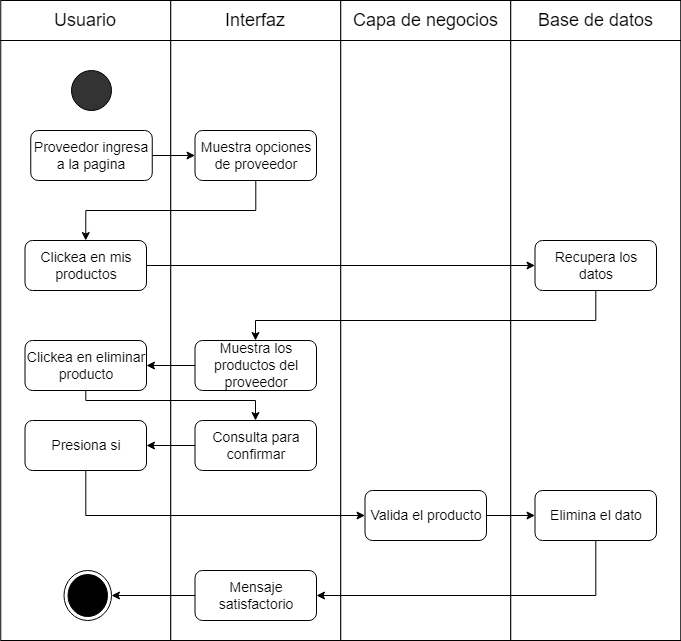
This is Fase 1/Evidencias Grupales/Diagramas/3) Diagrama de Actividad/39)Eliminar producto.drawio.png from SoyElMato1/Grupo4-GreenMarket, a draw.io export, as it was before one commit. Source tidied: cells renumbered, new cells last; positions are measured from the earlier drawing's top-left corner, leaving out a move shared by most shapes.
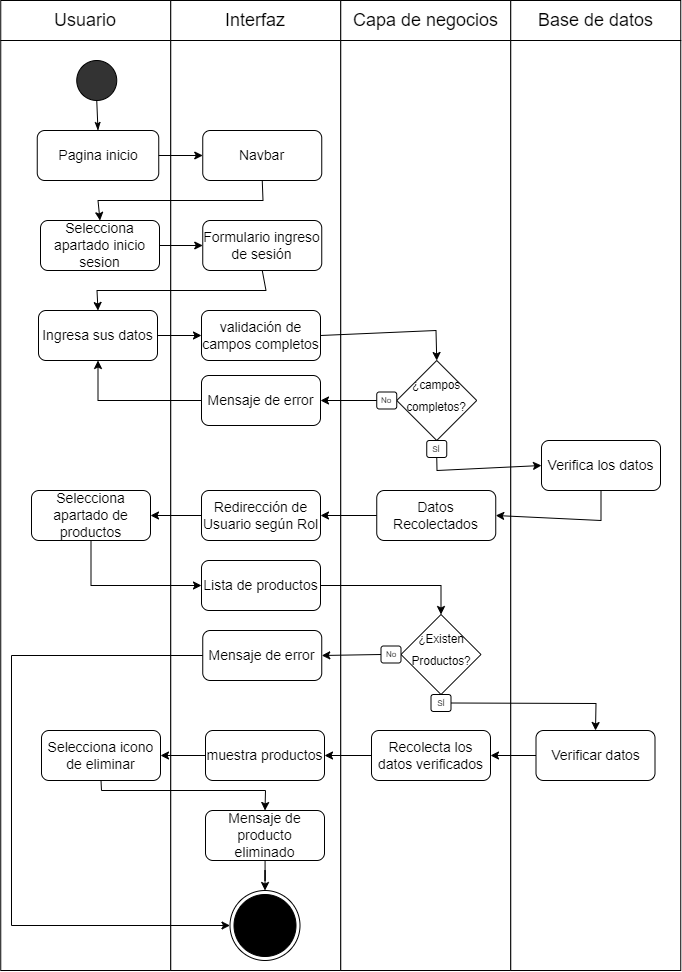
The same diagram one commit later.

The edit, as a diff of the source:
```diff
@@ -42,111 +42,217 @@
       <mxGeometry x="7.5" y="5" width="155" height="30" as="geometry" />
     </mxCell>
     <mxCell id="15" style="rounded=0;whiteSpace=wrap;html=1;" parent="1" vertex="1">
-      <mxGeometry x="0.2" y="40" width="170" height="600" as="geometry" />
+      <mxGeometry x="0.2" y="40" width="170" height="930" as="geometry" />
     </mxCell>
     <mxCell id="16" style="rounded=0;whiteSpace=wrap;html=1;" parent="1" vertex="1">
-      <mxGeometry x="170.2" y="40" width="170" height="600" as="geometry" />
+      <mxGeometry x="170.2" y="40" width="170" height="930" as="geometry" />
     </mxCell>
     <mxCell id="17" style="rounded=0;whiteSpace=wrap;html=1;" parent="1" vertex="1">
-      <mxGeometry x="340.2" y="40" width="170" height="600" as="geometry" />
+      <mxGeometry x="340.2" y="40" width="170" height="930" as="geometry" />
     </mxCell>
     <mxCell id="18" style="rounded=0;whiteSpace=wrap;html=1;" parent="1" vertex="1">
-      <mxGeometry x="510.2" y="40" width="170" height="600" as="geometry" />
+      <mxGeometry x="510.2" y="40" width="170" height="930" as="geometry" />
     </mxCell>
-    <mxCell id="19" style="ellipse;whiteSpace=wrap;html=1;fontSize=18;fillColor=#333333;" parent="1" vertex="1">
-      <mxGeometry x="71" y="70" width="40" height="40" as="geometry" />
-    </mxCell>
-    <mxCell id="20" style="edgeStyle=orthogonalEdgeStyle;rounded=0;jettySize=auto;html=1;entryX=1;entryY=0.5;entryDx=0;entryDy=0;" parent="1" edge="1" source="21" target="42">
-      <mxGeometry relative="1" as="geometry">
-        <Array as="points">
-          <mxPoint x="595" y="595" />
-        </Array>
-      </mxGeometry>
-    </mxCell>
-    <mxCell id="21" value="Elimina el dato" style="rounded=1;whiteSpace=wrap;html=1;fontSize=14;" parent="1" vertex="1">
-      <mxGeometry x="534.5" y="490" width="121.5" height="50" as="geometry" />
-    </mxCell>
-    <mxCell id="22" style="ellipse;html=1;shape=endState;fillColor=#000000;strokeColor=#000000;" parent="1" vertex="1">
-      <mxGeometry x="63.5" y="570" width="47.5" height="50" as="geometry" />
-    </mxCell>
-    <mxCell id="23" style="edgeStyle=orthogonalEdgeStyle;rounded=0;jettySize=auto;html=1;entryX=0.5;entryY=0;entryDx=0;entryDy=0;" parent="1" edge="1" source="24" target="30">
-      <mxGeometry relative="1" as="geometry">
-        <Array as="points">
-          <mxPoint x="255" y="210" />
-          <mxPoint x="85" y="210" />
-        </Array>
-      </mxGeometry>
-    </mxCell>
-    <mxCell id="24" value="Muestra opciones de proveedor" style="rounded=1;whiteSpace=wrap;html=1;fontSize=14;" parent="1" vertex="1">
-      <mxGeometry x="194.5" y="130" width="121.5" height="50" as="geometry" />
-    </mxCell>
-    <mxCell id="25" style="edgeStyle=orthogonalEdgeStyle;rounded=0;jettySize=auto;html=1;entryX=0;entryY=0.5;entryDx=0;entryDy=0;" parent="1" edge="1" source="26" target="24">
-      <mxGeometry relative="1" as="geometry" />
-    </mxCell>
-    <mxCell id="26" value="Proveedor ingresa a la pagina" style="rounded=1;whiteSpace=wrap;html=1;fontSize=14;" parent="1" vertex="1">
-      <mxGeometry x="30.2" y="130" width="121.5" height="50" as="geometry" />
-    </mxCell>
-    <mxCell id="27" style="edgeStyle=orthogonalEdgeStyle;rounded=0;jettySize=auto;html=1;entryX=1;entryY=0.5;entryDx=0;entryDy=0;" parent="1" edge="1" source="28" target="34">
-      <mxGeometry relative="1" as="geometry" />
-    </mxCell>
-    <mxCell id="28" value="Muestra los productos del proveedor" style="rounded=1;whiteSpace=wrap;html=1;fontSize=14;" parent="1" vertex="1">
-      <mxGeometry x="194.5" y="340" width="121.5" height="50" as="geometry" />
-    </mxCell>
-    <mxCell id="29" style="edgeStyle=orthogonalEdgeStyle;rounded=0;jettySize=auto;html=1;entryX=0;entryY=0.5;entryDx=0;entryDy=0;" parent="1" edge="1" source="30" target="32">
-      <mxGeometry relative="1" as="geometry" />
-    </mxCell>
-    <mxCell id="30" value="Clickea en mis productos" style="rounded=1;whiteSpace=wrap;html=1;fontSize=14;" parent="1" vertex="1">
-      <mxGeometry x="24.5" y="240" width="121.5" height="50" as="geometry" />
-    </mxCell>
-    <mxCell id="31" style="edgeStyle=orthogonalEdgeStyle;rounded=0;jettySize=auto;html=1;" parent="1" edge="1" source="32" target="28">
-      <mxGeometry relative="1" as="geometry">
-        <Array as="points">
-          <mxPoint x="595" y="320" />
-          <mxPoint x="255" y="320" />
-        </Array>
-      </mxGeometry>
-    </mxCell>
-    <mxCell id="32" value="Recupera los datos" style="rounded=1;whiteSpace=wrap;html=1;fontSize=14;" parent="1" vertex="1">
-      <mxGeometry x="534.5" y="240" width="121.5" height="50" as="geometry" />
-    </mxCell>
-    <mxCell id="33" style="edgeStyle=orthogonalEdgeStyle;rounded=0;jettySize=auto;html=1;" parent="1" edge="1" source="34" target="36">
-      <mxGeometry relative="1" as="geometry">
-        <Array as="points">
-          <mxPoint x="85" y="400" />
-          <mxPoint x="255" y="400" />
-        </Array>
-      </mxGeometry>
-    </mxCell>
-    <mxCell id="34" value="Clickea en eliminar producto" style="rounded=1;whiteSpace=wrap;html=1;fontSize=14;" parent="1" vertex="1">
-      <mxGeometry x="24.5" y="340" width="121.5" height="50" as="geometry" />
-    </mxCell>
-    <mxCell id="35" style="edgeStyle=orthogonalEdgeStyle;rounded=0;jettySize=auto;html=1;entryX=1;entryY=0.5;entryDx=0;entryDy=0;" parent="1" edge="1" source="36" target="38">
-      <mxGeometry relative="1" as="geometry" />
-    </mxCell>
-    <mxCell id="36" value="Consulta para confirmar" style="rounded=1;whiteSpace=wrap;html=1;fontSize=14;" parent="1" vertex="1">
-      <mxGeometry x="194.5" y="420" width="121.5" height="50" as="geometry" />
-    </mxCell>
-    <mxCell id="37" style="edgeStyle=orthogonalEdgeStyle;rounded=0;jettySize=auto;html=1;entryX=0;entryY=0.5;entryDx=0;entryDy=0;" parent="1" edge="1" source="38" target="40">
-      <mxGeometry relative="1" as="geometry">
-        <Array as="points">
-          <mxPoint x="85" y="515" />
-        </Array>
-      </mxGeometry>
-    </mxCell>
-    <mxCell id="38" value="Presiona si" style="rounded=1;whiteSpace=wrap;html=1;fontSize=14;" parent="1" vertex="1">
-      <mxGeometry x="24.5" y="420" width="121.5" height="50" as="geometry" />
-    </mxCell>
-    <mxCell id="39" style="edgeStyle=orthogonalEdgeStyle;rounded=0;jettySize=auto;html=1;entryX=0;entryY=0.5;entryDx=0;entryDy=0;" parent="1" edge="1" source="40" target="21">
-      <mxGeometry relative="1" as="geometry" />
-    </mxCell>
-    <mxCell id="40" value="Valida el producto" style="rounded=1;whiteSpace=wrap;html=1;fontSize=14;" parent="1" vertex="1">
-      <mxGeometry x="364.5" y="490" width="121.5" height="50" as="geometry" />
-    </mxCell>
-    <mxCell id="41" style="edgeStyle=orthogonalEdgeStyle;rounded=0;jettySize=auto;html=1;entryX=1;entryY=0.5;entryDx=0;entryDy=0;" parent="1" edge="1" source="42" target="22">
-      <mxGeometry relative="1" as="geometry" />
-    </mxCell>
-    <mxCell id="42" value="Mensaje satisfactorio" style="rounded=1;whiteSpace=wrap;html=1;fontSize=14;" parent="1" vertex="1">
-      <mxGeometry x="194.5" y="570" width="121.5" height="50" as="geometry" />
-    </mxCell>
+    <mxCell id="43" style="ellipse;whiteSpace=wrap;html=1;fontSize=18;fillColor=#333333;" parent="1" vertex="1">
+      <mxGeometry x="76.2" y="60" width="40" height="40" as="geometry" />
+    </mxCell>
+    <mxCell id="44" style="endArrow=none;html=1;rounded=0;fontSize=18;entryX=0.5;entryY=1;entryDx=0;entryDy=0;exitX=0.5;exitY=0;exitDx=0;exitDy=0;startArrow=classicThin;startFill=1;" parent="1" edge="1" source="66" target="43">
+      <mxGeometry relative="1" as="geometry" />
+    </mxCell>
+    <mxCell id="45" value="Formulario ingreso de sesión" style="rounded=1;whiteSpace=wrap;html=1;fontSize=14;" parent="1" vertex="1">
+      <mxGeometry x="202.2" y="220" width="119" height="50" as="geometry" />
+    </mxCell>
+    <mxCell id="46" style="group;" parent="1" vertex="1">
+      <mxGeometry x="376.2" y="360" width="100" height="97" as="geometry" />
+    </mxCell>
+    <mxCell id="47" value="&lt;font style=&quot;line-height: 0; font-size: 14px;&quot;&gt;&lt;sup style=&quot;&quot;&gt;¿campos completos?&lt;/sup&gt;&lt;/font&gt;" style="rhombus;whiteSpace=wrap;html=1;fontSize=18;fillColor=#FFFFFF;align=center;" parent="46" vertex="1">
+      <mxGeometry x="20" width="80" height="80" as="geometry" />
+    </mxCell>
+    <mxCell id="48" value="No" style="rounded=1;whiteSpace=wrap;html=1;fontSize=8;fillColor=#FFFFFF;" parent="46" vertex="1">
+      <mxGeometry y="31.5" width="20" height="17" as="geometry" />
+    </mxCell>
+    <mxCell id="49" value="SÍ" style="rounded=1;whiteSpace=wrap;html=1;fontSize=8;fillColor=#FFFFFF;" parent="46" vertex="1">
+      <mxGeometry x="50" y="80" width="20" height="17" as="geometry" />
+    </mxCell>
+    <mxCell id="50" value="Verifica los datos" style="rounded=1;whiteSpace=wrap;html=1;fontSize=14;" parent="1" vertex="1">
+      <mxGeometry x="541" y="440" width="119" height="50" as="geometry" />
+    </mxCell>
+    <mxCell id="51" value="Mensaje de error" style="rounded=1;whiteSpace=wrap;html=1;fontSize=14;" parent="1" vertex="1">
+      <mxGeometry x="201" y="375" width="119" height="50" as="geometry" />
+    </mxCell>
+    <mxCell id="52" style="endArrow=classic;html=1;rounded=0;entryX=1;entryY=0.5;entryDx=0;entryDy=0;exitX=0;exitY=0.5;exitDx=0;exitDy=0;" parent="1" edge="1" source="48" target="51">
+      <mxGeometry relative="1" as="geometry" />
+    </mxCell>
+    <mxCell id="53" value="Redirección de Usuario según Rol" style="rounded=1;whiteSpace=wrap;html=1;fontSize=14;" parent="1" vertex="1">
+      <mxGeometry x="201" y="490" width="119" height="50" as="geometry" />
+    </mxCell>
+    <mxCell id="54" value="Ingresa sus datos" style="rounded=1;whiteSpace=wrap;html=1;fontSize=14;" parent="1" vertex="1">
+      <mxGeometry x="38" y="310" width="119" height="50" as="geometry" />
+    </mxCell>
+    <mxCell id="55" style="endArrow=classic;html=1;rounded=0;exitX=0.5;exitY=1;exitDx=0;exitDy=0;entryX=0.5;entryY=0;entryDx=0;entryDy=0;" parent="1" edge="1" source="45" target="54">
+      <mxGeometry relative="1" as="geometry">
+        <Array as="points">
+          <mxPoint x="265.5" y="290" />
+          <mxPoint x="96.5" y="290" />
+        </Array>
+      </mxGeometry>
+    </mxCell>
+    <mxCell id="56" value="validación de campos completos" style="rounded=1;whiteSpace=wrap;html=1;fontSize=14;" parent="1" vertex="1">
+      <mxGeometry x="201" y="310" width="119" height="50" as="geometry" />
+    </mxCell>
+    <mxCell id="57" style="endArrow=classic;html=1;rounded=0;exitX=1;exitY=0.5;exitDx=0;exitDy=0;entryX=0;entryY=0.5;entryDx=0;entryDy=0;" parent="1" edge="1" source="54" target="56">
+      <mxGeometry relative="1" as="geometry" />
+    </mxCell>
+    <mxCell id="58" style="endArrow=classic;html=1;rounded=0;exitX=1;exitY=0.5;exitDx=0;exitDy=0;entryX=0.5;entryY=0;entryDx=0;entryDy=0;" parent="1" edge="1" source="56" target="47">
+      <mxGeometry relative="1" as="geometry">
+        <Array as="points">
+          <mxPoint x="435.5" y="330" />
+        </Array>
+      </mxGeometry>
+    </mxCell>
+    <mxCell id="59" style="endArrow=classic;html=1;rounded=0;exitX=0;exitY=0.5;exitDx=0;exitDy=0;entryX=0.5;entryY=1;entryDx=0;entryDy=0;" parent="1" edge="1" source="51" target="54">
+      <mxGeometry relative="1" as="geometry">
+        <Array as="points">
+          <mxPoint x="97.5" y="400" />
+        </Array>
+      </mxGeometry>
+    </mxCell>
+    <mxCell id="60" value="Datos Recolectados" style="rounded=1;whiteSpace=wrap;html=1;fontSize=14;" parent="1" vertex="1">
+      <mxGeometry x="376.2" y="490" width="119" height="50" as="geometry" />
+    </mxCell>
+    <mxCell id="61" style="endArrow=classic;html=1;rounded=0;exitX=0.5;exitY=1;exitDx=0;exitDy=0;entryX=1;entryY=0.5;entryDx=0;entryDy=0;" parent="1" edge="1" source="50" target="60">
+      <mxGeometry relative="1" as="geometry">
+        <Array as="points">
+          <mxPoint x="600.5" y="520" />
+        </Array>
+      </mxGeometry>
+    </mxCell>
+    <mxCell id="62" style="endArrow=classic;html=1;rounded=0;exitX=0;exitY=0.5;exitDx=0;exitDy=0;entryX=1;entryY=0.5;entryDx=0;entryDy=0;" parent="1" edge="1" source="60" target="53">
+      <mxGeometry relative="1" as="geometry" />
+    </mxCell>
+    <mxCell id="63" style="endArrow=classic;html=1;rounded=0;exitX=0.5;exitY=1;exitDx=0;exitDy=0;entryX=0;entryY=0.5;entryDx=0;entryDy=0;" parent="1" edge="1" source="49" target="50">
+      <mxGeometry relative="1" as="geometry">
+        <Array as="points">
+          <mxPoint x="436.5" y="470" />
+        </Array>
+      </mxGeometry>
+    </mxCell>
+    <mxCell id="64" value="Selecciona apartado de productos" style="rounded=1;whiteSpace=wrap;html=1;fontSize=14;" parent="1" vertex="1">
+      <mxGeometry x="31" y="490" width="119" height="50" as="geometry" />
+    </mxCell>
+    <mxCell id="65" style="endArrow=classic;html=1;rounded=0;entryX=1;entryY=0.5;entryDx=0;entryDy=0;exitX=0;exitY=0.5;exitDx=0;exitDy=0;" parent="1" edge="1" source="53" target="64">
+      <mxGeometry relative="1" as="geometry" />
+    </mxCell>
+    <mxCell id="66" value="Pagina inicio" style="rounded=1;whiteSpace=wrap;html=1;fontSize=14;" parent="1" vertex="1">
+      <mxGeometry x="36.8" y="130" width="121.5" height="50" as="geometry" />
+    </mxCell>
+    <mxCell id="67" value="Selecciona apartado inicio sesion" style="rounded=1;whiteSpace=wrap;html=1;fontSize=14;" parent="1" vertex="1">
+      <mxGeometry x="40" y="220" width="119" height="50" as="geometry" />
+    </mxCell>
+    <mxCell id="68" value="Navbar" style="rounded=1;whiteSpace=wrap;html=1;fontSize=14;" parent="1" vertex="1">
+      <mxGeometry x="202.2" y="130" width="119" height="50" as="geometry" />
+    </mxCell>
+    <mxCell id="69" style="endArrow=classic;html=1;rounded=0;exitX=0.5;exitY=1;exitDx=0;exitDy=0;entryX=0.5;entryY=0;entryDx=0;entryDy=0;" parent="1" edge="1" source="68" target="67">
+      <mxGeometry relative="1" as="geometry">
+        <Array as="points">
+          <mxPoint x="262.5" y="200" />
+          <mxPoint x="97.5" y="200" />
+        </Array>
+      </mxGeometry>
+    </mxCell>
+    <mxCell id="70" style="endArrow=classic;html=1;rounded=0;exitX=1;exitY=0.5;exitDx=0;exitDy=0;entryX=0;entryY=0.5;entryDx=0;entryDy=0;" parent="1" edge="1" source="67" target="45">
+      <mxGeometry relative="1" as="geometry" />
+    </mxCell>
+    <mxCell id="71" style="endArrow=classic;html=1;rounded=0;exitX=1;exitY=0.5;exitDx=0;exitDy=0;entryX=0;entryY=0.5;entryDx=0;entryDy=0;" parent="1" edge="1" source="66" target="68">
+      <mxGeometry relative="1" as="geometry" />
+    </mxCell>
+    <mxCell id="72" value="muestra productos" style="rounded=1;whiteSpace=wrap;html=1;fontSize=14;" parent="1" vertex="1">
+      <mxGeometry x="205" y="730" width="119" height="50" as="geometry" />
+    </mxCell>
+    <mxCell id="73" value="Selecciona icono de eliminar" style="rounded=1;whiteSpace=wrap;html=1;fontSize=14;" parent="1" vertex="1">
+      <mxGeometry x="41" y="730" width="119" height="50" as="geometry" />
+    </mxCell>
+    <mxCell id="74" style="endArrow=classic;html=1;rounded=0;exitX=0;exitY=0.5;exitDx=0;exitDy=0;entryX=1;entryY=0.5;entryDx=0;entryDy=0;" parent="1" edge="1" source="72" target="73">
+      <mxGeometry relative="1" as="geometry" />
+    </mxCell>
+    <mxCell id="75" value="Lista de productos" style="rounded=1;whiteSpace=wrap;html=1;fontSize=14;" parent="1" vertex="1">
+      <mxGeometry x="201" y="560" width="119" height="50" as="geometry" />
+    </mxCell>
+    <mxCell id="76" style="group;" parent="1" vertex="1">
+      <mxGeometry x="380.5" y="614" width="100" height="97" as="geometry" />
+    </mxCell>
+    <mxCell id="77" value="&lt;font style=&quot;line-height: 0; font-size: 14px;&quot;&gt;&lt;sup style=&quot;&quot;&gt;¿Existen Productos?&lt;/sup&gt;&lt;/font&gt;" style="rhombus;whiteSpace=wrap;html=1;fontSize=18;fillColor=#FFFFFF;align=center;" parent="76" vertex="1">
+      <mxGeometry x="20" width="80" height="80" as="geometry" />
+    </mxCell>
+    <mxCell id="78" value="No" style="rounded=1;whiteSpace=wrap;html=1;fontSize=8;fillColor=#FFFFFF;" parent="76" vertex="1">
+      <mxGeometry y="31.5" width="20" height="17" as="geometry" />
+    </mxCell>
+    <mxCell id="79" value="SÍ" style="rounded=1;whiteSpace=wrap;html=1;fontSize=8;fillColor=#FFFFFF;" parent="76" vertex="1">
+      <mxGeometry x="50" y="80" width="20" height="17" as="geometry" />
+    </mxCell>
+    <mxCell id="80" style="endArrow=classic;html=1;rounded=0;exitX=0.5;exitY=1;exitDx=0;exitDy=0;entryX=0;entryY=0.5;entryDx=0;entryDy=0;" parent="1" edge="1" source="64" target="75">
+      <mxGeometry relative="1" as="geometry">
+        <Array as="points">
+          <mxPoint x="90.5" y="585" />
+        </Array>
+      </mxGeometry>
+    </mxCell>
+    <mxCell id="81" style="endArrow=classic;html=1;rounded=0;exitX=1;exitY=0.5;exitDx=0;exitDy=0;entryX=0.5;entryY=0;entryDx=0;entryDy=0;" parent="1" edge="1" source="75" target="77">
+      <mxGeometry relative="1" as="geometry">
+        <Array as="points">
+          <mxPoint x="440.5" y="585" />
+        </Array>
+      </mxGeometry>
+    </mxCell>
+    <mxCell id="82" value="Mensaje de error" style="rounded=1;whiteSpace=wrap;html=1;fontSize=14;" parent="1" vertex="1">
+      <mxGeometry x="202.2" y="630" width="119" height="50" as="geometry" />
+    </mxCell>
+    <mxCell id="83" style="endArrow=classic;html=1;rounded=0;exitX=0;exitY=0.5;exitDx=0;exitDy=0;entryX=0;entryY=0.5;entryDx=0;entryDy=0;" parent="1" edge="1" source="82" target="90">
+      <mxGeometry relative="1" as="geometry">
+        <Array as="points">
+          <mxPoint x="11" y="655" />
+          <mxPoint x="11" y="925" />
+        </Array>
+      </mxGeometry>
+    </mxCell>
+    <mxCell id="84" value="Verificar datos" style="rounded=1;whiteSpace=wrap;html=1;fontSize=14;" parent="1" vertex="1">
+      <mxGeometry x="535.5" y="730" width="119" height="50" as="geometry" />
+    </mxCell>
+    <mxCell id="85" value="Recolecta los datos verificados" style="rounded=1;whiteSpace=wrap;html=1;fontSize=14;" parent="1" vertex="1">
+      <mxGeometry x="371" y="730" width="119" height="50" as="geometry" />
+    </mxCell>
+    <mxCell id="86" style="endArrow=classic;html=1;rounded=0;exitX=1;exitY=0.5;exitDx=0;exitDy=0;entryX=0.5;entryY=0;entryDx=0;entryDy=0;" parent="1" edge="1" source="79" target="84">
+      <mxGeometry relative="1" as="geometry">
+        <Array as="points">
+          <mxPoint x="595.5" y="703" />
+        </Array>
+      </mxGeometry>
+    </mxCell>
+    <mxCell id="87" style="endArrow=classic;html=1;rounded=0;exitX=0;exitY=0.5;exitDx=0;exitDy=0;entryX=1;entryY=0.5;entryDx=0;entryDy=0;" parent="1" edge="1" source="78" target="82">
+      <mxGeometry relative="1" as="geometry" />
+    </mxCell>
+    <mxCell id="88" style="endArrow=classic;html=1;rounded=0;entryX=1;entryY=0.5;entryDx=0;entryDy=0;exitX=0;exitY=0.5;exitDx=0;exitDy=0;" parent="1" edge="1" source="84" target="85">
+      <mxGeometry relative="1" as="geometry" />
+    </mxCell>
+    <mxCell id="89" style="endArrow=classic;html=1;rounded=0;entryX=1;entryY=0.5;entryDx=0;entryDy=0;exitX=0;exitY=0.5;exitDx=0;exitDy=0;" parent="1" edge="1" source="85" target="72">
+      <mxGeometry relative="1" as="geometry" />
+    </mxCell>
+    <mxCell id="90" style="ellipse;html=1;shape=endState;fillColor=#000000;strokeColor=#000000;" parent="1" vertex="1">
+      <mxGeometry x="229.5" y="890" width="70" height="70" as="geometry" />
+    </mxCell>
+    <mxCell id="91" style="endArrow=classic;html=1;rounded=0;exitX=0.5;exitY=1;exitDx=0;exitDy=0;entryX=0.5;entryY=0;entryDx=0;entryDy=0;" parent="1" edge="1" source="73" target="93">
+      <mxGeometry relative="1" as="geometry">
+        <Array as="points">
+          <mxPoint x="101" y="790" />
+          <mxPoint x="265" y="790" />
+        </Array>
+      </mxGeometry>
+    </mxCell>
+    <mxCell id="92" style="edgeStyle=orthogonalEdgeStyle;rounded=0;jettySize=auto;html=1;" parent="1" edge="1" source="93" target="90">
+      <mxGeometry relative="1" as="geometry" />
+    </mxCell>
+    <mxCell id="93" value="Mensaje de producto eliminado" style="rounded=1;whiteSpace=wrap;html=1;fontSize=14;" parent="1" vertex="1">
+      <mxGeometry x="205" y="810" width="119" height="50" as="geometry" />
+    </mxCell>
   </root>
 </mxGraphModel>
```
